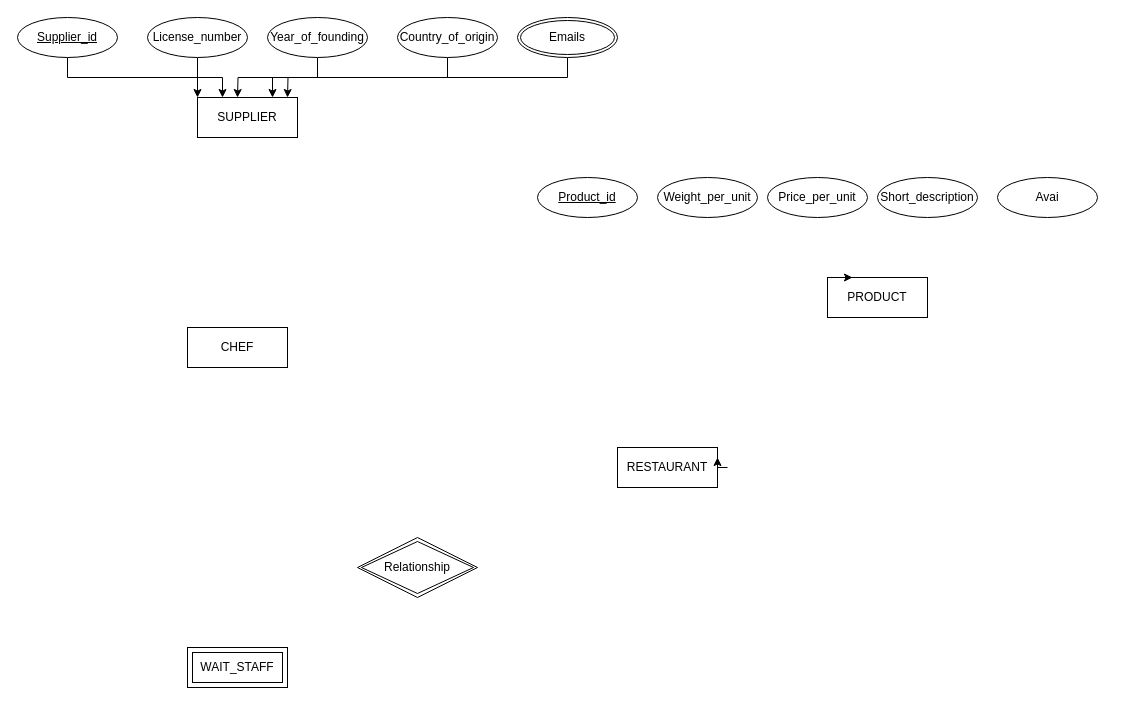
Before: Untitled Diagram.drawio in Jack-UNSW/ohmyzsh, a draw.io diagram. Source tidied: cells renumbered, new cells numbered last; positions are measured from the earlier drawing's top-left corner, leaving out a move shared by most shapes. Both pictures are drawn from the tidied source at 100%, with x=0, y=0 at pixel (17, 17).
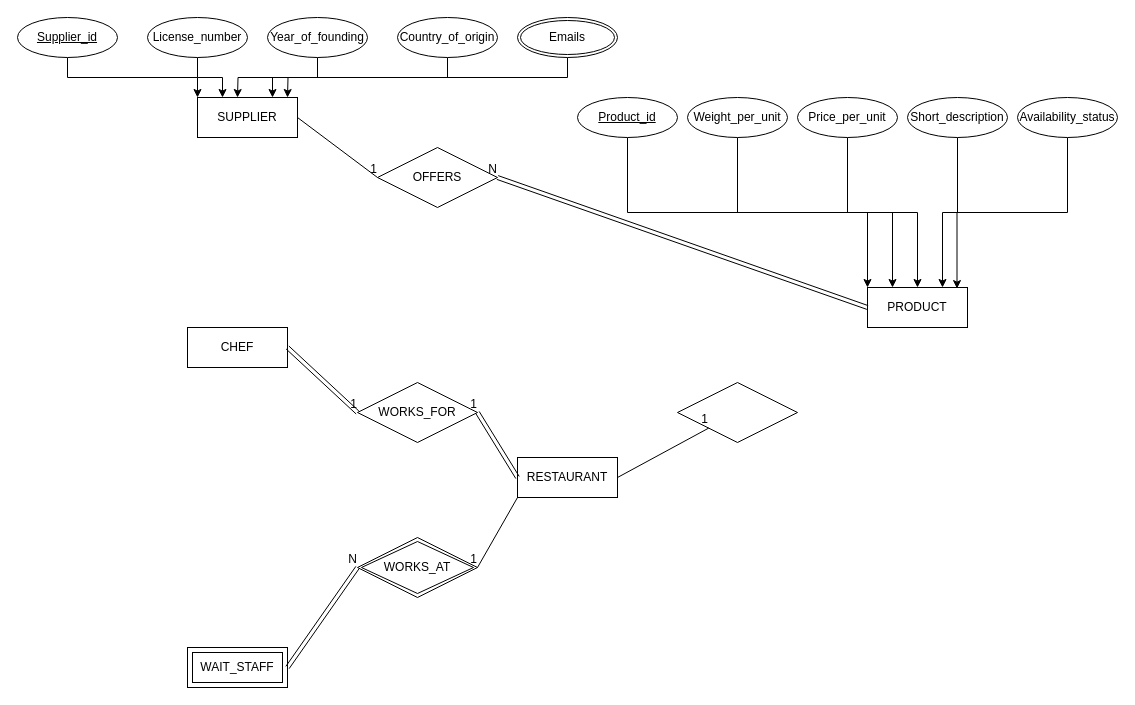
The same diagram, later.

What changed in the source:
```diff
@@
-    <mxCell id="3" value="PRODUCT" style="whiteSpace=wrap;html=1;align=center;" parent="1" vertex="1">
-      <mxGeometry x="810" y="260" width="100" height="40" as="geometry" />
-    </mxCell>
-    <mxCell id="4" value="RESTAURANT" style="whiteSpace=wrap;html=1;align=center;" parent="1" vertex="1">
-      <mxGeometry x="600" y="430" width="100" height="40" as="geometry" />
-    </mxCell>
@@
-    <mxCell id="7" value="Relationship" style="shape=rhombus;double=1;perimeter=rhombusPerimeter;whiteSpace=wrap;html=1;align=center;" parent="1" vertex="1">
+    <mxCell id="7" value="WORKS_AT" style="shape=rhombus;double=1;perimeter=rhombusPerimeter;whiteSpace=wrap;html=1;align=center;" parent="1" vertex="1">
       <mxGeometry x="340" y="520" width="120" height="60" as="geometry" />
     </mxCell>
-    <mxCell id="8" style="edgeStyle=orthogonalEdgeStyle;rounded=0;orthogonalLoop=1;jettySize=auto;html=1;exitX=0;exitY=0;exitDx=0;exitDy=0;entryX=0.25;entryY=0;entryDx=0;entryDy=0;" parent="1" edge="1" source="3" target="3">
-      <mxGeometry relative="1" as="geometry" />
-    </mxCell>
-    <mxCell id="9" style="edgeStyle=orthogonalEdgeStyle;rounded=0;jettySize=auto;html=1;entryX=1;entryY=0.25;entryDx=0;entryDy=0;" parent="1" edge="1" target="4">
-      <mxGeometry relative="1" as="geometry">
-        <mxPoint x="710" y="450" as="sourcePoint" />
-      </mxGeometry>
-    </mxCell>
@@
+    <mxCell id="25" style="edgeStyle=orthogonalEdgeStyle;rounded=0;jettySize=auto;html=1;exitX=0.5;exitY=1;exitDx=0;exitDy=0;entryX=0;entryY=0;entryDx=0;entryDy=0;" parent="1" edge="1" source="20" target="3">
+      <mxGeometry relative="1" as="geometry" />
+    </mxCell>
     <mxCell id="20" value="Product_id" style="ellipse;whiteSpace=wrap;html=1;align=center;fontStyle=4;" parent="1" vertex="1">
-      <mxGeometry x="520" y="160" width="100" height="40" as="geometry" />
+      <mxGeometry x="560" y="80" width="100" height="40" as="geometry" />
     </mxCell>
+    <mxCell id="26" style="edgeStyle=orthogonalEdgeStyle;rounded=0;jettySize=auto;html=1;exitX=0.5;exitY=1;exitDx=0;exitDy=0;entryX=0.25;entryY=0;entryDx=0;entryDy=0;" parent="1" edge="1" source="21" target="3">
+      <mxGeometry relative="1" as="geometry" />
+    </mxCell>
     <mxCell id="21" value="Weight_per_unit" style="ellipse;whiteSpace=wrap;html=1;align=center;" parent="1" vertex="1">
-      <mxGeometry x="640" y="160" width="100" height="40" as="geometry" />
+      <mxGeometry x="670" y="80" width="100" height="40" as="geometry" />
     </mxCell>
+    <mxCell id="27" style="edgeStyle=orthogonalEdgeStyle;rounded=0;jettySize=auto;html=1;exitX=0.5;exitY=1;exitDx=0;exitDy=0;entryX=0.5;entryY=0;entryDx=0;entryDy=0;" parent="1" edge="1" source="22" target="3">
+      <mxGeometry relative="1" as="geometry" />
+    </mxCell>
     <mxCell id="22" value="Price_per_unit" style="ellipse;whiteSpace=wrap;html=1;align=center;" parent="1" vertex="1">
-      <mxGeometry x="750" y="160" width="100" height="40" as="geometry" />
+      <mxGeometry x="780" y="80" width="100" height="40" as="geometry" />
     </mxCell>
+    <mxCell id="28" style="edgeStyle=orthogonalEdgeStyle;rounded=0;jettySize=auto;html=1;exitX=0.5;exitY=1;exitDx=0;exitDy=0;entryX=0.75;entryY=0;entryDx=0;entryDy=0;" parent="1" edge="1" source="23" target="3">
+      <mxGeometry relative="1" as="geometry" />
+    </mxCell>
     <mxCell id="23" value="Short_description" style="ellipse;whiteSpace=wrap;html=1;align=center;" parent="1" vertex="1">
-      <mxGeometry x="860" y="160" width="100" height="40" as="geometry" />
+      <mxGeometry x="890" y="80" width="100" height="40" as="geometry" />
     </mxCell>
+    <mxCell id="29" style="edgeStyle=orthogonalEdgeStyle;rounded=0;jettySize=auto;html=1;exitX=0.5;exitY=1;exitDx=0;exitDy=0;entryX=0.895;entryY=0.027;entryDx=0;entryDy=0;entryPerimeter=0;" parent="1" edge="1" source="24" target="3">
+      <mxGeometry relative="1" as="geometry" />
+    </mxCell>
-    <mxCell id="24" value="Avai" style="ellipse;whiteSpace=wrap;html=1;align=center;" parent="1" vertex="1">
-      <mxGeometry x="980" y="160" width="100" height="40" as="geometry" />
+    <mxCell id="24" value="Availability_status" style="ellipse;whiteSpace=wrap;html=1;align=center;" parent="1" vertex="1">
+      <mxGeometry x="1000" y="80" width="100" height="40" as="geometry" />
     </mxCell>
+    <mxCell id="3" value="PRODUCT" style="whiteSpace=wrap;html=1;align=center;" parent="1" vertex="1">
+      <mxGeometry x="850" y="270" width="100" height="40" as="geometry" />
+    </mxCell>
+    <mxCell id="4" value="RESTAURANT" style="whiteSpace=wrap;html=1;align=center;" parent="1" vertex="1">
+      <mxGeometry x="500" y="440" width="100" height="40" as="geometry" />
+    </mxCell>
+    <mxCell id="30" value="OFFERS" style="shape=rhombus;perimeter=rhombusPerimeter;whiteSpace=wrap;html=1;align=center;" parent="1" vertex="1">
+      <mxGeometry x="360" y="130" width="120" height="60" as="geometry" />
+    </mxCell>
+    <mxCell id="31" style="endArrow=none;html=1;rounded=0;entryX=0;entryY=0.5;entryDx=0;entryDy=0;" parent="1" edge="1" target="30">
+      <mxGeometry relative="1" as="geometry">
+        <mxPoint x="280" y="100" as="sourcePoint" />
+      </mxGeometry>
+    </mxCell>
+    <mxCell id="32" value="1" style="html=1;align=right;verticalAlign=bottom;" parent="31" vertex="1">
+      <mxGeometry x="1" relative="1" as="geometry" />
+    </mxCell>
+    <mxCell id="33" style="shape=link;html=1;rounded=0;exitX=0;exitY=0.5;exitDx=0;exitDy=0;entryX=1;entryY=0.5;entryDx=0;entryDy=0;" parent="1" edge="1" source="3" target="30">
+      <mxGeometry relative="1" as="geometry" />
+    </mxCell>
+    <mxCell id="34" value="N" style="html=1;align=right;verticalAlign=bottom;" parent="33" vertex="1">
+      <mxGeometry x="1" relative="1" as="geometry" />
+    </mxCell>
+    <mxCell id="35" value="WORKS_FOR" style="shape=rhombus;perimeter=rhombusPerimeter;whiteSpace=wrap;html=1;align=center;" parent="1" vertex="1">
+      <mxGeometry x="340" y="365" width="120" height="60" as="geometry" />
+    </mxCell>
+    <mxCell id="36" style="shape=link;html=1;rounded=0;entryX=0;entryY=0.5;entryDx=0;entryDy=0;" parent="1" edge="1" target="35">
+      <mxGeometry relative="1" as="geometry">
+        <mxPoint x="270" y="330" as="sourcePoint" />
+      </mxGeometry>
+    </mxCell>
+    <mxCell id="37" value="1" style="html=1;align=right;verticalAlign=bottom;" parent="36" vertex="1">
+      <mxGeometry x="1" relative="1" as="geometry" />
+    </mxCell>
+    <mxCell id="38" style="shape=link;html=1;rounded=0;exitX=0;exitY=0.5;exitDx=0;exitDy=0;entryX=1;entryY=0.5;entryDx=0;entryDy=0;" parent="1" edge="1" source="4" target="35">
+      <mxGeometry relative="1" as="geometry" />
+    </mxCell>
+    <mxCell id="39" value="1" style="html=1;align=right;verticalAlign=bottom;" parent="38" vertex="1">
+      <mxGeometry x="1" relative="1" as="geometry" />
+    </mxCell>
+    <mxCell id="40" style="shape=link;html=1;rounded=0;entryX=0;entryY=0.5;entryDx=0;entryDy=0;" parent="1" edge="1" target="7">
+      <mxGeometry relative="1" as="geometry">
+        <mxPoint x="270" y="650" as="sourcePoint" />
+      </mxGeometry>
+    </mxCell>
+    <mxCell id="41" value="N" style="html=1;align=right;verticalAlign=bottom;" parent="40" vertex="1">
+      <mxGeometry x="1" relative="1" as="geometry" />
+    </mxCell>
+    <mxCell id="42" style="endArrow=none;html=1;rounded=0;entryX=1;entryY=0.5;entryDx=0;entryDy=0;exitX=0;exitY=1;exitDx=0;exitDy=0;" parent="1" edge="1" source="4" target="7">
+      <mxGeometry relative="1" as="geometry" />
+    </mxCell>
+    <mxCell id="43" value="1" style="html=1;align=right;verticalAlign=bottom;" parent="42" vertex="1">
+      <mxGeometry x="1" relative="1" as="geometry" />
+    </mxCell>
+    <mxCell id="44" style="shape=rhombus;perimeter=rhombusPerimeter;whiteSpace=wrap;html=1;align=center;" parent="1" vertex="1">
+      <mxGeometry x="660" y="365" width="120" height="60" as="geometry" />
+    </mxCell>
+    <mxCell id="45" style="endArrow=none;html=1;rounded=0;" parent="1" edge="1" target="44">
+      <mxGeometry relative="1" as="geometry">
+        <mxPoint x="600" y="460" as="sourcePoint" />
+      </mxGeometry>
+    </mxCell>
+    <mxCell id="46" value="1" style="html=1;align=right;verticalAlign=bottom;" parent="45" vertex="1">
+      <mxGeometry x="1" relative="1" as="geometry" />
+    </mxCell>
```
